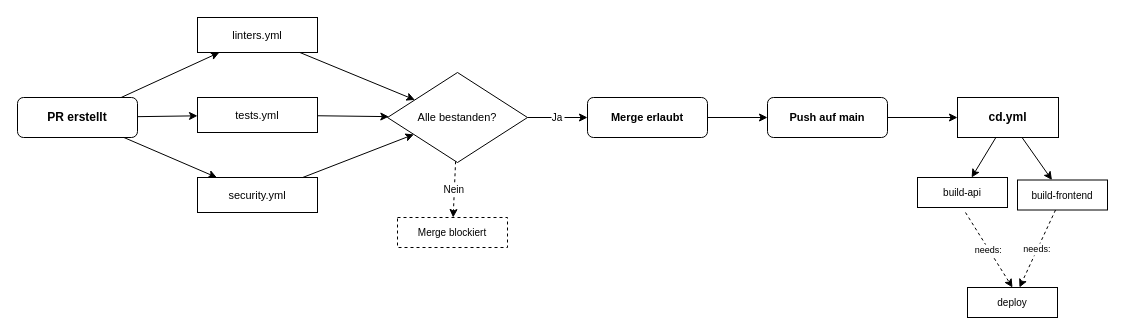
This is page "Branch Protection Flow" (2 of 3) of docs/demonstrator/diagrams/demonstrator.drawio from DevOps-Demonstrator/Demonstrator, a draw.io file, before an edit. Source tidied: cells renumbered, new cells numbered last; positions are measured from the earlier drawing's top-left corner, leaving out a move shared by most shapes. Both pictures are drawn from the tidied source at 100%, with x=0, y=0 at pixel (17, 17).
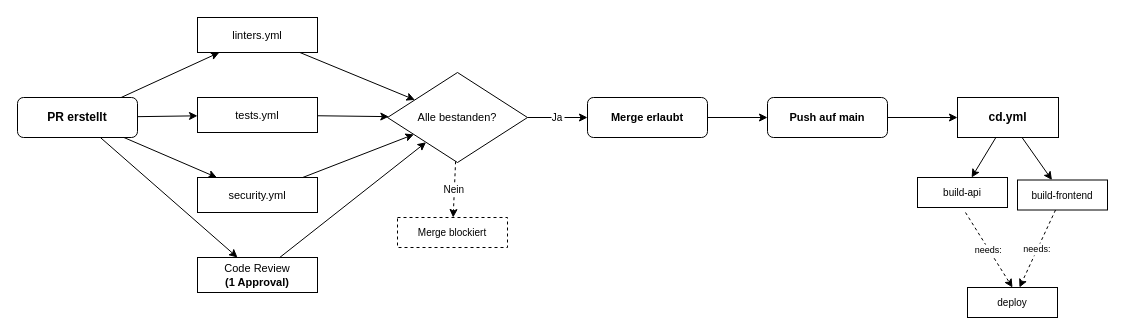
The same diagram, later.

Unchanged cells that the change refers to:
```xml
<mxCell id="2" value="PR erstellt" style="rounded=1;whiteSpace=wrap;html=1;fillColor=#FFFFFF;strokeColor=#000000;fontColor=#000000;fontSize=12;fontStyle=1;" parent="1" vertex="1">
  <mxGeometry y="80" width="120" height="40" as="geometry" />
</mxCell>
<mxCell id="6" value="Alle bestanden?" style="rhombus;whiteSpace=wrap;html=1;fillColor=#FFFFFF;strokeColor=#000000;fontColor=#000000;fontSize=11;" parent="1" vertex="1">
  <mxGeometry x="370" y="55" width="140" height="90" as="geometry" />
</mxCell>
```

Change to the diagram source:
```diff
@@
+    <mxCell id="28" value="Code Review&lt;br&gt;&lt;div&gt;&lt;b&gt;(1 Approval)&lt;/b&gt;&lt;/div&gt;" style="rounded=0;whiteSpace=wrap;html=1;fillColor=#FFFFFF;strokeColor=#000000;fontColor=#000000;fontSize=11;" parent="1" vertex="1">
+      <mxGeometry x="180" y="240" width="120" height="35" as="geometry" />
+    </mxCell>
@@
+    <mxCell id="29" style="strokeColor=#000000;" parent="1" edge="1" source="2" target="28">
+      <mxGeometry relative="1" as="geometry" />
+    </mxCell>
@@
+    <mxCell id="30" style="strokeColor=#000000;" parent="1" edge="1" source="28" target="6">
+      <mxGeometry relative="1" as="geometry" />
+    </mxCell>
```
